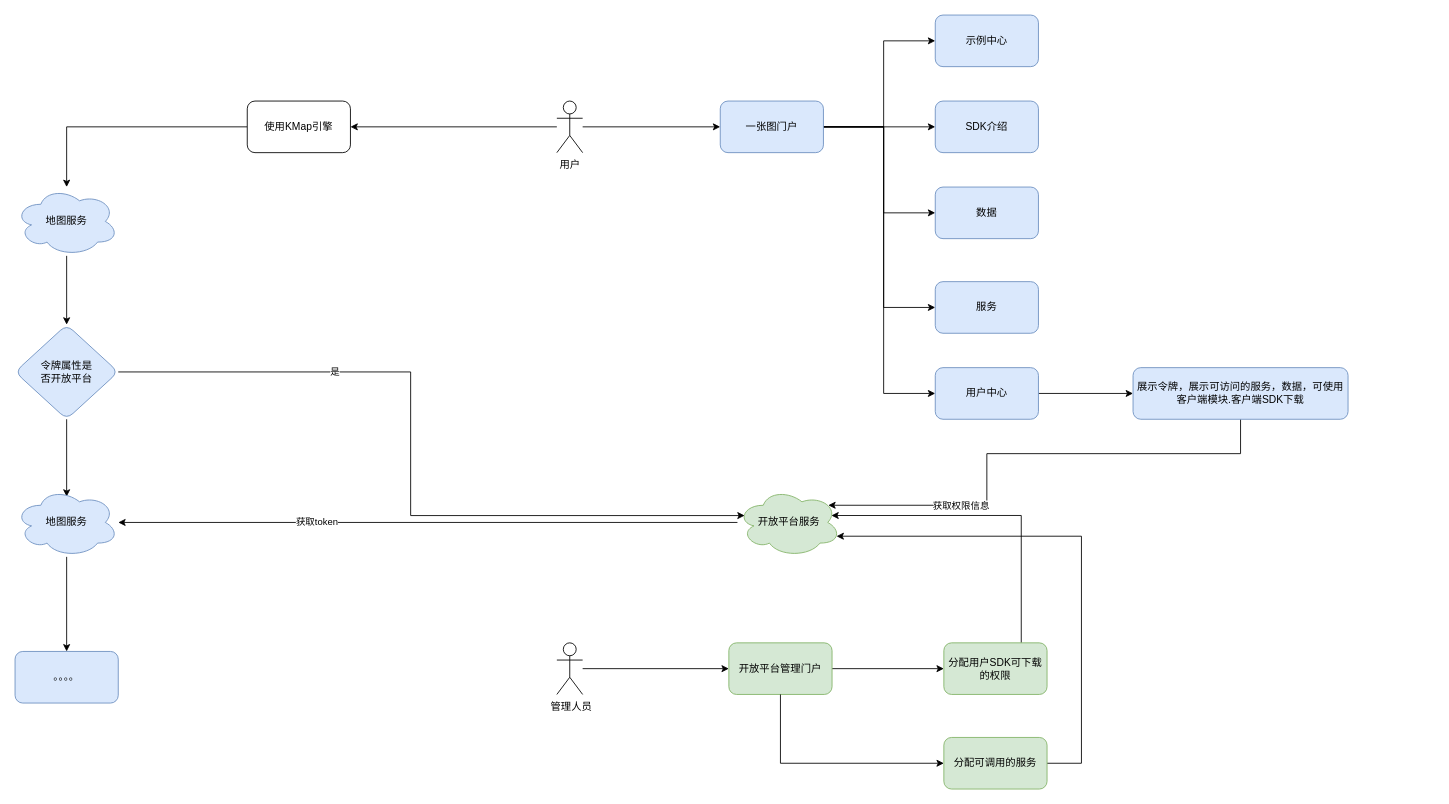
This is page "Page-1" (1 of 2) of 开放平台.drawio from blueshu/DygraphSupport, a draw.io file, before an edit. Source tidied: cells renumbered, new cells numbered last; positions are measured from the earlier drawing's top-left corner, leaving out a move shared by most shapes. Both pictures are drawn from the tidied source at 86%, with x=0, y=0 at pixel (15, 15).
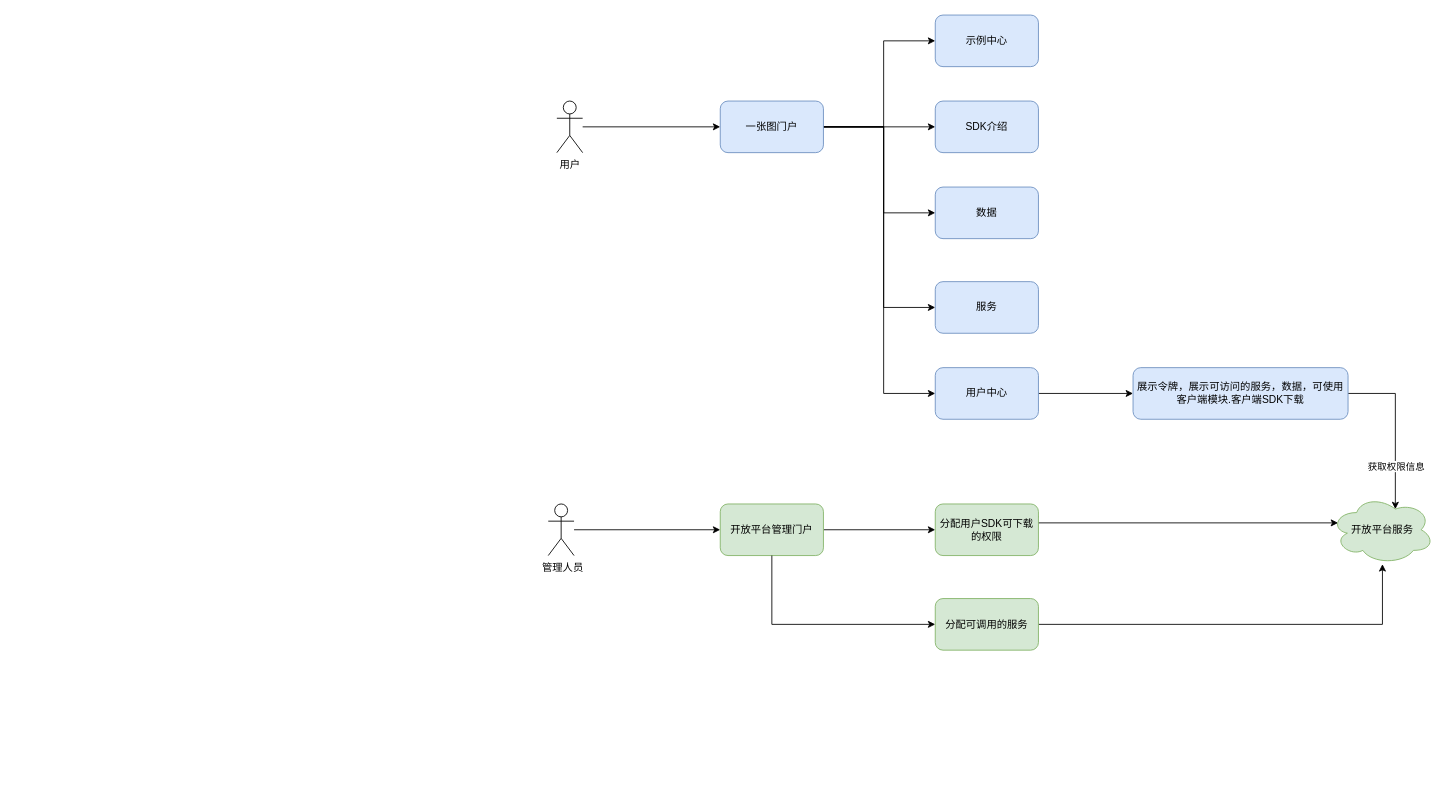
Above is the later version.

Unchanged cells that the change refers to:
```xml
<mxCell id="4" value="用户" style="shape=umlActor;verticalLabelPosition=bottom;verticalAlign=top;html=1;outlineConnect=0;" parent="1" vertex="1">
  <mxGeometry x="630" y="100" width="30" height="60" as="geometry" />
</mxCell>
<mxCell id="31" value="展示令牌，展示可访问的服务，数据，可使用客户端模块.客户端SDK下载" style="rounded=1;whiteSpace=wrap;html=1;fillColor=#dae8fc;strokeColor=#6c8ebf;" parent="1" vertex="1">
  <mxGeometry x="1300" y="410" width="250" height="60" as="geometry" />
</mxCell>
```

Change to the diagram source:
```diff
@@
-    <mxCell id="3" style="edgeStyle=orthogonalEdgeStyle;rounded=0;jettySize=auto;html=1;labelBackgroundColor=#FFB366;" parent="1" edge="1" source="4" target="33">
-      <mxGeometry relative="1" as="geometry" />
-    </mxCell>
@@
     <mxCell id="6" value="&amp;nbsp;管理人员" style="shape=umlActor;verticalLabelPosition=bottom;verticalAlign=top;html=1;outlineConnect=0;" parent="1" vertex="1">
-      <mxGeometry x="630" y="730" width="30" height="60" as="geometry" />
+      <mxGeometry x="620" y="568.5" width="30" height="60" as="geometry" />
     </mxCell>
@@
-    <mxCell id="15" style="edgeStyle=orthogonalEdgeStyle;rounded=0;jettySize=auto;html=1;exitX=0.5;exitY=1;exitDx=0;exitDy=0;entryX=0.88;entryY=0.25;entryDx=0;entryDy=0;entryPerimeter=0;" parent="1" edge="1" source="31" target="30">
+    <mxCell id="15" style="edgeStyle=orthogonalEdgeStyle;rounded=0;jettySize=auto;html=1;exitX=1;exitY=0.5;exitDx=0;exitDy=0;entryX=0.625;entryY=0.2;entryDx=0;entryDy=0;entryPerimeter=0;" parent="1" edge="1" source="31" target="30">
       <mxGeometry relative="1" as="geometry">
         <Array as="points">
-          <mxPoint x="1425" y="510" />
-          <mxPoint x="1130" y="510" />
-          <mxPoint x="1130" y="570" />
+          <mxPoint x="1605" y="440" />
         </Array>
       </mxGeometry>
     </mxCell>
@@
     <mxCell id="19" value="开放平台管理门户" style="rounded=1;whiteSpace=wrap;html=1;fillColor=#d5e8d4;strokeColor=#82b366;" parent="1" vertex="1">
-      <mxGeometry x="830" y="730" width="120" height="60" as="geometry" />
+      <mxGeometry x="820" y="568.5" width="120" height="60" as="geometry" />
     </mxCell>
     <mxCell id="20" style="edgeStyle=orthogonalEdgeStyle;rounded=0;jettySize=auto;html=1;exitX=0.5;exitY=1;exitDx=0;exitDy=0;" parent="1" edge="1" source="19" target="24">
       <mxGeometry relative="1" as="geometry">
         <Array as="points">
-          <mxPoint x="890" y="870" />
+          <mxPoint x="880" y="708.5" />
         </Array>
       </mxGeometry>
     </mxCell>
-    <mxCell id="21" style="edgeStyle=orthogonalEdgeStyle;rounded=0;jettySize=auto;html=1;entryX=0.91;entryY=0.399;entryDx=0;entryDy=0;entryPerimeter=0;" parent="1" edge="1" source="22" target="30">
+    <mxCell id="21" style="edgeStyle=orthogonalEdgeStyle;rounded=0;jettySize=auto;html=1;entryX=0.07;entryY=0.4;entryDx=0;entryDy=0;entryPerimeter=0;exitX=1;exitY=0.25;exitDx=0;exitDy=0;" parent="1" edge="1" source="22" target="30">
       <mxGeometry relative="1" as="geometry">
         <Array as="points">
-          <mxPoint x="1170" y="582" />
+          <mxPoint x="1180" y="583.5" />
+          <mxPoint x="1180" y="590.5" />
         </Array>
       </mxGeometry>
     </mxCell>
     <mxCell id="22" value="分配用户SDK可下载的权限" style="rounded=1;whiteSpace=wrap;html=1;fillColor=#d5e8d4;strokeColor=#82b366;" parent="1" vertex="1">
-      <mxGeometry x="1080" y="730" width="120" height="60" as="geometry" />
+      <mxGeometry x="1070" y="568.5" width="120" height="60" as="geometry" />
     </mxCell>
-    <mxCell id="23" style="edgeStyle=orthogonalEdgeStyle;rounded=0;jettySize=auto;html=1;entryX=0.96;entryY=0.7;entryDx=0;entryDy=0;entryPerimeter=0;" parent="1" edge="1" source="24" target="30">
-      <mxGeometry relative="1" as="geometry">
-        <Array as="points">
-          <mxPoint x="1240" y="870" />
-          <mxPoint x="1240" y="606" />
-        </Array>
-      </mxGeometry>
+    <mxCell id="23" style="edgeStyle=orthogonalEdgeStyle;rounded=0;jettySize=auto;html=1;" parent="1" edge="1" source="24" target="30">
+      <mxGeometry relative="1" as="geometry" />
     </mxCell>
     <mxCell id="24" value="分配可调用的服务" style="rounded=1;whiteSpace=wrap;html=1;fillColor=#d5e8d4;strokeColor=#82b366;" parent="1" vertex="1">
-      <mxGeometry x="1080" y="840" width="120" height="60" as="geometry" />
+      <mxGeometry x="1070" y="678.5" width="120" height="60" as="geometry" />
     </mxCell>
@@
-    <mxCell id="28" style="edgeStyle=orthogonalEdgeStyle;rounded=0;jettySize=auto;html=1;labelBackgroundColor=#FFB366;" parent="1" edge="1" source="30" target="41">
-      <mxGeometry relative="1" as="geometry" />
-    </mxCell>
-    <mxCell id="29" value="获取token" style="edgeLabel;html=1;align=center;verticalAlign=middle;" parent="28" vertex="1">
-      <mxGeometry x="0.36" y="-1" relative="1" as="geometry" />
-    </mxCell>
     <mxCell id="30" value="开放平台服务" style="ellipse;shape=cloud;whiteSpace=wrap;html=1;fillColor=#d5e8d4;strokeColor=#82b366;" parent="1" vertex="1">
-      <mxGeometry x="840" y="550" width="120" height="80" as="geometry" />
+      <mxGeometry x="1530" y="558.5" width="120" height="80" as="geometry" />
     </mxCell>
@@
-    <mxCell id="32" style="edgeStyle=orthogonalEdgeStyle;rounded=0;jettySize=auto;html=1;labelBackgroundColor=#FFB366;" parent="1" edge="1" source="33" target="35">
-      <mxGeometry relative="1" as="geometry" />
-    </mxCell>
-    <mxCell id="33" value="使用KMap引擎" style="rounded=1;whiteSpace=wrap;html=1;labelBackgroundColor=#FFFFFF;" parent="1" vertex="1">
-      <mxGeometry x="270" y="100" width="120" height="60" as="geometry" />
-    </mxCell>
-    <mxCell id="34" style="edgeStyle=orthogonalEdgeStyle;rounded=0;jettySize=auto;html=1;labelBackgroundColor=#FFB366;" parent="1" edge="1" source="35" target="39">
-      <mxGeometry relative="1" as="geometry" />
-    </mxCell>
-    <mxCell id="35" value="地图服务" style="ellipse;shape=cloud;whiteSpace=wrap;html=1;rounded=1;labelBackgroundColor=none;fillColor=#dae8fc;strokeColor=#6c8ebf;" parent="1" vertex="1">
-      <mxGeometry y="200" width="120" height="80" as="geometry" />
-    </mxCell>
-    <mxCell id="36" style="edgeStyle=orthogonalEdgeStyle;rounded=0;jettySize=auto;html=1;labelBackgroundColor=#FFB366;entryX=0.07;entryY=0.4;entryDx=0;entryDy=0;entryPerimeter=0;" parent="1" edge="1" source="39" target="30">
-      <mxGeometry relative="1" as="geometry">
-        <Array as="points">
-          <mxPoint x="460" y="415" />
-          <mxPoint x="460" y="582" />
-        </Array>
-      </mxGeometry>
-    </mxCell>
-    <mxCell id="37" value="是" style="edgeLabel;html=1;align=center;verticalAlign=middle;" parent="36" vertex="1">
-      <mxGeometry x="-0.44" y="1" relative="1" as="geometry" />
-    </mxCell>
-    <mxCell id="38" style="edgeStyle=orthogonalEdgeStyle;rounded=0;jettySize=auto;html=1;entryX=0.5;entryY=0.125;entryDx=0;entryDy=0;entryPerimeter=0;labelBackgroundColor=#FFB366;" parent="1" edge="1" source="39" target="41">
-      <mxGeometry relative="1" as="geometry" />
-    </mxCell>
-    <mxCell id="39" value="令牌属性是&lt;br&gt;否开放平台" style="rhombus;whiteSpace=wrap;html=1;rounded=1;labelBackgroundColor=none;fillColor=#dae8fc;strokeColor=#6c8ebf;" parent="1" vertex="1">
-      <mxGeometry y="360" width="120" height="110" as="geometry" />
-    </mxCell>
-    <mxCell id="40" style="edgeStyle=orthogonalEdgeStyle;rounded=0;jettySize=auto;html=1;labelBackgroundColor=#FFB366;" parent="1" edge="1" source="41" target="42">
-      <mxGeometry relative="1" as="geometry" />
-    </mxCell>
-    <mxCell id="41" value="地图服务" style="ellipse;shape=cloud;whiteSpace=wrap;html=1;rounded=1;labelBackgroundColor=none;fillColor=#dae8fc;strokeColor=#6c8ebf;" parent="1" vertex="1">
-      <mxGeometry y="550" width="120" height="80" as="geometry" />
-    </mxCell>
-    <mxCell id="42" value="。。。。" style="whiteSpace=wrap;html=1;rounded=1;labelBackgroundColor=none;fillColor=#dae8fc;strokeColor=#6c8ebf;" parent="1" vertex="1">
-      <mxGeometry y="740" width="120" height="60" as="geometry" />
-    </mxCell>
```
